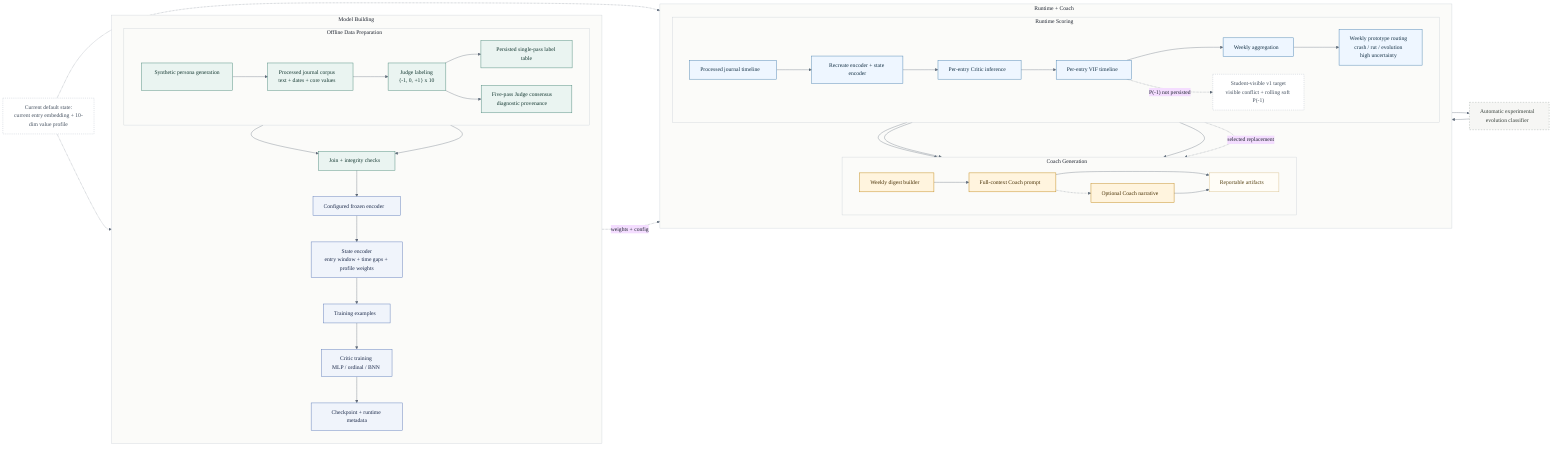
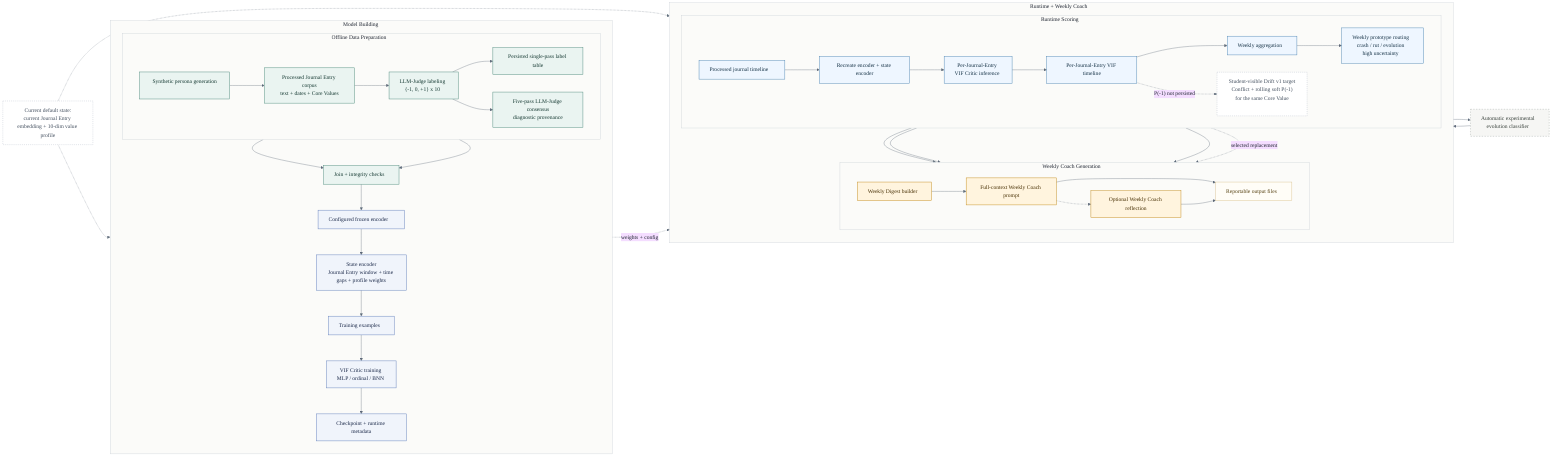
%%{init: {
  'theme': 'base',
  'themeVariables': {
    'fontFamily': 'Aptos, Calibri, Arial, sans-serif',
    'background': '#FFFFFF',
    'lineColor': '#5F6B7A',
    'primaryTextColor': '#1E2430',
    'secondaryTextColor': '#1E2430',
    'tertiaryTextColor': '#1E2430',
    'clusterBkg': '#FBFBF9',
    'clusterBorder': '#C7CDD4'
  }
}}%%
flowchart LR
    classDef prep fill:#EAF4F1,stroke:#4E8A7C,color:#143831,stroke-width:1.3px;
    classDef train fill:#F0F4FB,stroke:#607DBA,color:#1C2A4A,stroke-width:1.3px;
    classDef run fill:#EEF6FF,stroke:#4F86B3,color:#153246,stroke-width:1.3px;
    classDef coach fill:#FFF4DE,stroke:#C28A1B,color:#473004,stroke-width:1.3px;
    classDef optional fill:#F6F6F4,stroke:#9AA39D,color:#38413B,stroke-dasharray: 4 4,stroke-width:1.1px;
    classDef artifact fill:#FFFDF7,stroke:#D3B980,color:#564212,stroke-width:1.1px;
    classDef note fill:#FFFFFF,stroke:#AAB4C2,color:#44505F,stroke-dasharray: 3 3;

    subgraph build_lane["Model Building"]
        direction TB
        subgraph prep_lane["Offline Data Preparation"]
            direction LR
            generator["Synthetic persona generation"]
-             wrangled["Processed journal corpus<br/>text + dates + core values"]
-             judge["Judge labeling<br/>{-1, 0, +1} x 10"]
+             wrangled["Processed Journal Entry corpus<br/>text + dates + Core Values"]
+             judge["LLM-Judge labeling<br/>{-1, 0, +1} x 10"]
            labels["Persisted single-pass label table"]
-             consensus["Five-pass Judge consensus<br/>diagnostic provenance"]
+             consensus["Five-pass LLM-Judge consensus<br/>diagnostic provenance"]
            generator --> wrangled --> judge --> labels
            judge --> consensus
        end

        merge["Join + integrity checks"]
        encoder_train["Configured frozen encoder"]
-         state_train["State encoder<br/>entry window + time gaps + profile weights"]
+         state_train["State encoder<br/>Journal Entry window + time gaps + profile weights"]
        samples["Training examples"]
-         critic_train["Critic training<br/>MLP / ordinal / BNN"]
+         critic_train["VIF Critic training<br/>MLP / ordinal / BNN"]
        checkpoint["Checkpoint + runtime metadata"]

        wrangled --> merge
        labels --> merge
        merge --> encoder_train --> state_train --> samples --> critic_train --> checkpoint
    end

-     subgraph product_lane["Runtime + Coach"]
+     subgraph product_lane["Runtime + Weekly Coach"]
        direction TB
        subgraph run_lane["Runtime Scoring"]
            direction LR
            runtime_input["Processed journal timeline"]
            state_runtime["Recreate encoder + state encoder"]
-             critic["Per-entry Critic inference"]
-             timeline["Per-entry VIF timeline"]
+             critic["Per-Journal-Entry<br/>VIF Critic inference"]
+             timeline["Per-Journal-Entry VIF timeline"]
            weekly["Weekly aggregation"]
            drift["Weekly prototype routing<br/>crash / rut / evolution<br/>high uncertainty"]
-             drift_v1["Student-visible v1 target<br/>visible conflict + rolling soft P(-1)"]
+             drift_v1["Student-visible Drift v1 target<br/>Conflict + rolling soft P(-1)<br/>for the same Core Value"]
            runtime_input --> state_runtime --> critic --> timeline --> weekly --> drift
        end

-         subgraph coach_lane["Coach Generation"]
+         subgraph coach_lane["Weekly Coach Generation"]
            direction LR
-             digest["Weekly digest builder"]
-             prompt["Full-context Coach prompt"]
-             narrative["Optional Coach narrative"]
-             exports["Reportable artifacts"]
+             digest["Weekly Digest builder"]
+             prompt["Full-context Weekly Coach prompt"]
+             narrative["Optional Weekly Coach reflection"]
+             exports["Reportable output files"]
            digest --> prompt
            prompt -.-> narrative
            prompt --> exports
            narrative --> exports
        end
    end

    checkpoint -. "weights + config" .-> state_runtime
    runtime_input --> digest
    weekly --> digest
    drift --> digest
    timeline -. "P(-1) not persisted" .-> drift_v1
    drift_v1 -. "selected replacement" .-> digest

    evolution["Automatic experimental<br/>evolution classifier"]
    weekly --> evolution --> drift

-     state_note["Current default state:<br/>current entry embedding + 10-dim value profile"]
+     state_note["Current default state:<br/>current Journal Entry embedding + 10-dim value profile"]
    state_note -.-> state_train
    state_note -.-> state_runtime

    class generator,wrangled,judge,labels,consensus,merge prep;
    class encoder_train,state_train,samples,critic_train,checkpoint train;
    class runtime_input,state_runtime,critic,timeline,weekly,drift run;
    class digest,prompt,narrative coach;
    class evolution optional;
    class exports artifact;
    class state_note,drift_v1 note;
